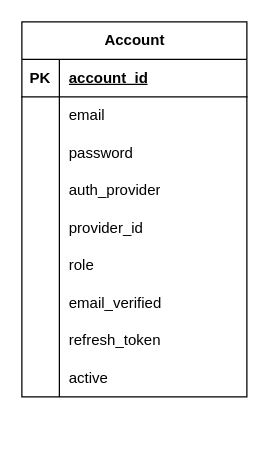
Naodab/Second_Life keeps this draw.io diagram as page "authservice" (2 of 8) of diagrams/databases/erd.drawio. Above is the earlier version. Source tidied: cells renumbered, new cells numbered last; positions are measured from the earlier drawing's top-left corner, leaving out a move shared by most shapes. Both pictures are drawn from the tidied source at 125%, with x=0, y=0 at pixel (21, 21).
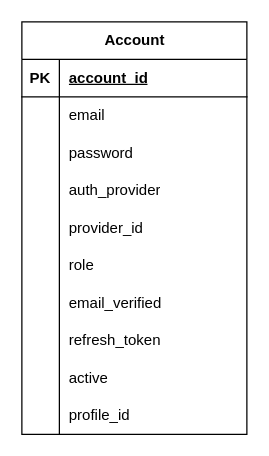
The same page after the edit.

What changed in the source:
```diff
@@
     <mxCell id="2" value="Account" style="shape=table;startSize=30;childLayout=tableLayout;rowLines=0;fontStyle=1;align=center;html=1;" parent="1" vertex="1">
-      <mxGeometry width="180" height="300" as="geometry" />
+      <mxGeometry width="180" height="330" as="geometry" />
     </mxCell>
@@
+    <mxCell id="30" style="shape=tableRow;horizontal=0;startSize=0;swimlaneHead=0;swimlaneBody=0;fillColor=none;top=0;left=0;right=0;bottom=0;" parent="2" vertex="1">
+      <mxGeometry y="300" width="180" height="30" as="geometry" />
+    </mxCell>
+    <mxCell id="31" style="shape=partialRectangle;fillColor=none;top=0;left=0;bottom=0;right=0;overflow=hidden;whiteSpace=wrap;html=1;" parent="30" vertex="1">
+      <mxGeometry width="30" height="30" as="geometry" />
+    </mxCell>
+    <mxCell id="32" value="profile_id" style="shape=partialRectangle;fillColor=none;top=0;left=0;bottom=0;right=0;align=left;spacingLeft=6;overflow=hidden;whiteSpace=wrap;html=1;" parent="30" vertex="1">
+      <mxGeometry x="30" width="150" height="30" as="geometry" />
+    </mxCell>
```
